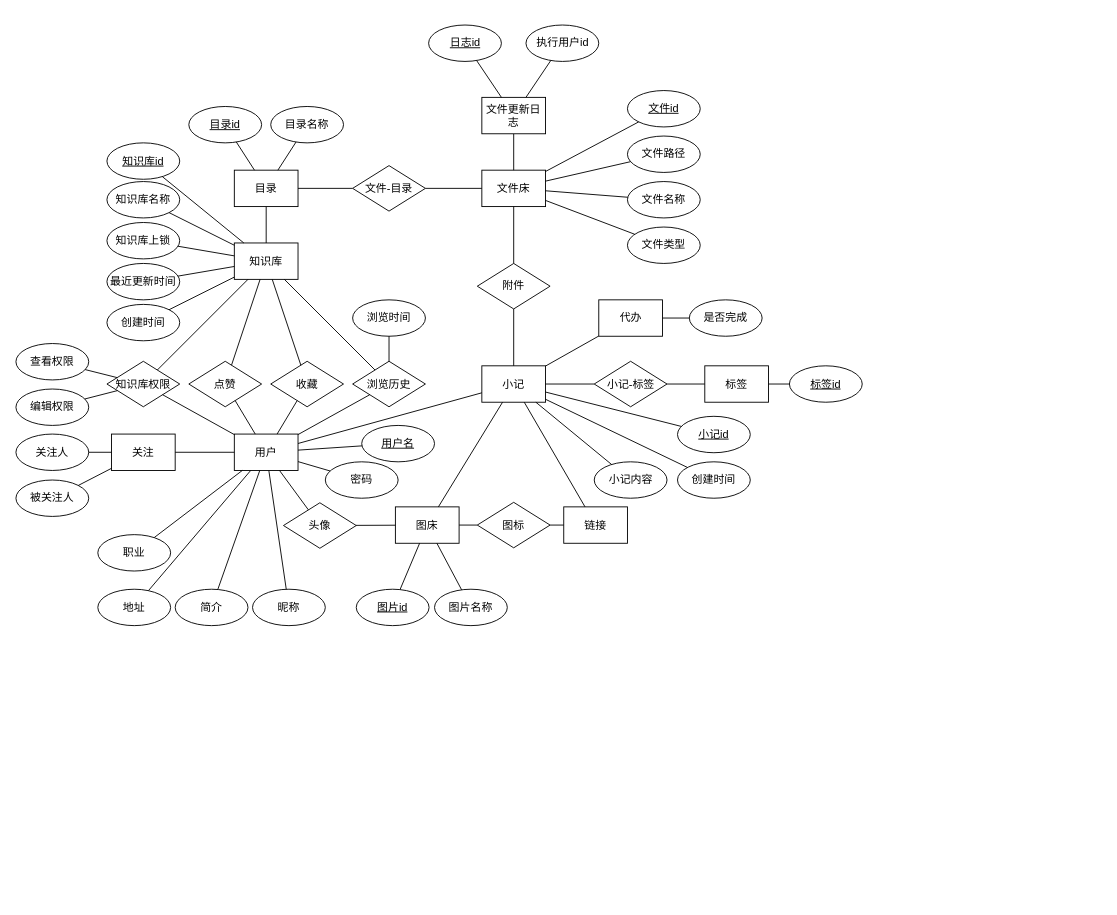
The draw.io diagram 需求规格说明书/数据字典/E-R图.drawio in avgstuBoboge/SRA2021-document, before the edit. Source tidied: cells renumbered, new cells numbered last; positions are measured from the earlier drawing's top-left corner, leaving out a move shared by most shapes. Both pictures are drawn from the tidied source at 91%, with x=0, y=0 at pixel (15, 25).
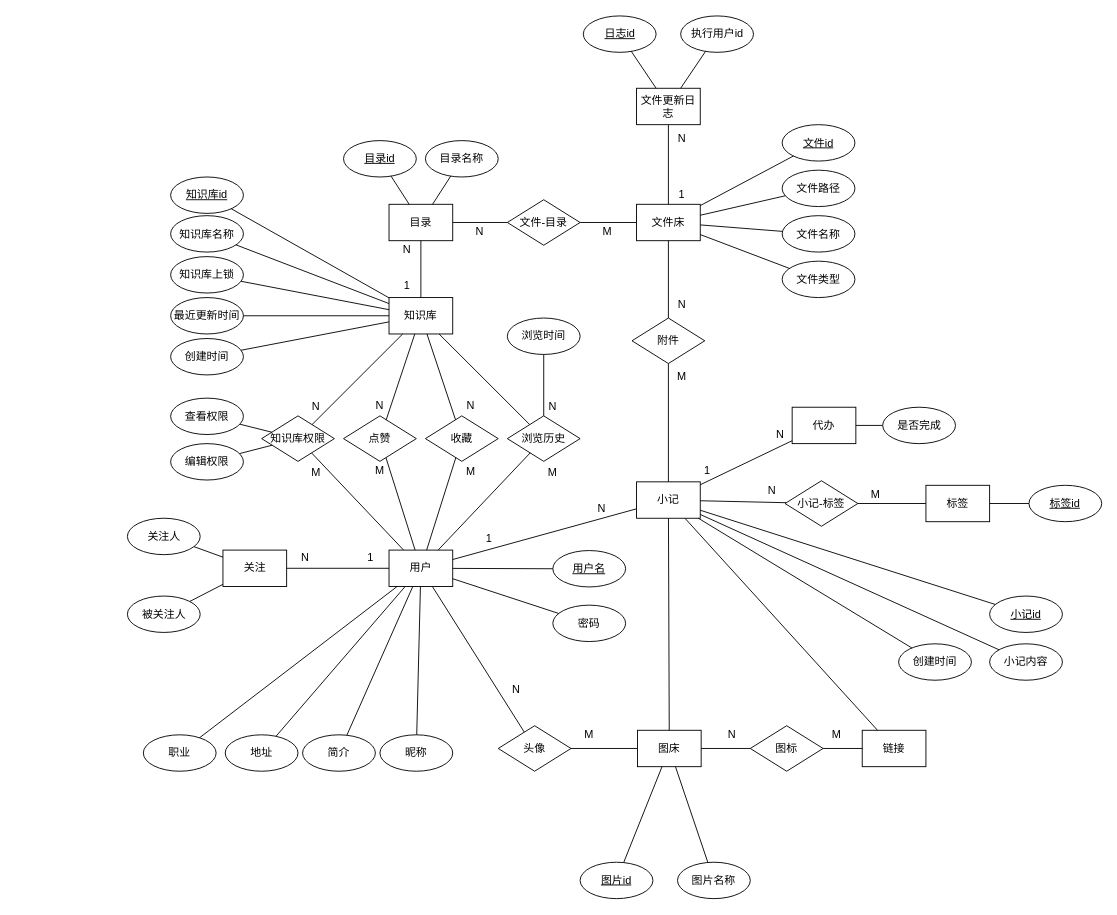
After the change.

Commit message (it also covers changes not shown here):
upd E-R图v1.1

The edit, as a diff of the source:
```diff
@@
     <mxCell id="2" value="文件床" style="rounded=0;whiteSpace=wrap;html=1;" parent="1" vertex="1">
-      <mxGeometry x="512" y="159.5" width="70" height="40" as="geometry" />
+      <mxGeometry x="682" y="197" width="70" height="40" as="geometry" />
     </mxCell>
     <mxCell id="3" value="目录" style="rounded=0;whiteSpace=wrap;html=1;" parent="1" vertex="1">
-      <mxGeometry x="240" y="159.5" width="70" height="40" as="geometry" />
+      <mxGeometry x="410" y="197" width="70" height="40" as="geometry" />
     </mxCell>
     <mxCell id="4" value="知识库" style="rounded=0;whiteSpace=wrap;html=1;" parent="1" vertex="1">
-      <mxGeometry x="240" y="239.5" width="70" height="40" as="geometry" />
+      <mxGeometry x="410" y="299.5" width="70" height="40" as="geometry" />
     </mxCell>
@@
     <mxCell id="7" value="文件-目录" style="rhombus;whiteSpace=wrap;html=1;" parent="1" vertex="1">
-      <mxGeometry x="370" y="154.5" width="80" height="50" as="geometry" />
+      <mxGeometry x="540" y="192" width="80" height="50" as="geometry" />
     </mxCell>
@@
     <mxCell id="10" value="文件更新日志" style="rounded=0;whiteSpace=wrap;html=1;" parent="1" vertex="1">
-      <mxGeometry x="512" y="79.5" width="70" height="40" as="geometry" />
+      <mxGeometry x="682" y="69.5" width="70" height="40" as="geometry" />
     </mxCell>
     <mxCell id="11" value="用户" style="rounded=0;whiteSpace=wrap;html=1;" parent="1" vertex="1">
-      <mxGeometry x="240" y="449.5" width="70" height="40" as="geometry" />
+      <mxGeometry x="410" y="577" width="70" height="40" as="geometry" />
     </mxCell>
     <mxCell id="12" value="知识库权限" style="rhombus;whiteSpace=wrap;html=1;" parent="1" vertex="1">
-      <mxGeometry x="100" y="369.5" width="80" height="50" as="geometry" />
+      <mxGeometry x="270" y="429.5" width="80" height="50" as="geometry" />
     </mxCell>
@@
     <mxCell id="15" value="关注" style="rounded=0;whiteSpace=wrap;html=1;" parent="1" vertex="1">
-      <mxGeometry x="105" y="449.5" width="70" height="40" as="geometry" />
+      <mxGeometry x="227.5" y="577" width="70" height="40" as="geometry" />
     </mxCell>
@@
     <mxCell id="17" value="点赞" style="rhombus;whiteSpace=wrap;html=1;" parent="1" vertex="1">
-      <mxGeometry x="190" y="369.5" width="80" height="50" as="geometry" />
+      <mxGeometry x="360" y="429.5" width="80" height="50" as="geometry" />
     </mxCell>
     <mxCell id="18" value="收藏" style="rhombus;whiteSpace=wrap;html=1;" parent="1" vertex="1">
-      <mxGeometry x="280" y="369.5" width="80" height="50" as="geometry" />
+      <mxGeometry x="450" y="429.5" width="80" height="50" as="geometry" />
     </mxCell>
     <mxCell id="19" value="浏览历史" style="rhombus;whiteSpace=wrap;html=1;" parent="1" vertex="1">
-      <mxGeometry x="370" y="369.5" width="80" height="50" as="geometry" />
+      <mxGeometry x="540" y="429.5" width="80" height="50" as="geometry" />
     </mxCell>
@@
     <mxCell id="26" value="小记" style="rounded=0;whiteSpace=wrap;html=1;" parent="1" vertex="1">
-      <mxGeometry x="512" y="374.5" width="70" height="40" as="geometry" />
+      <mxGeometry x="682" y="502" width="70" height="40" as="geometry" />
     </mxCell>
     <mxCell id="27" value="图床" style="rounded=0;whiteSpace=wrap;html=1;" parent="1" vertex="1">
-      <mxGeometry x="417" y="529.5" width="70" height="40" as="geometry" />
+      <mxGeometry x="683" y="775" width="70" height="40" as="geometry" />
     </mxCell>
     <mxCell id="28" value="代办" style="rounded=0;whiteSpace=wrap;html=1;" parent="1" vertex="1">
-      <mxGeometry x="640.5" y="302" width="70" height="40" as="geometry" />
+      <mxGeometry x="853" y="420" width="70" height="40" as="geometry" />
     </mxCell>
     <mxCell id="29" value="链接" style="rounded=0;whiteSpace=wrap;html=1;" parent="1" vertex="1">
-      <mxGeometry x="602" y="529.5" width="70" height="40" as="geometry" />
+      <mxGeometry x="930" y="775" width="70" height="40" as="geometry" />
     </mxCell>
     <mxCell id="30" value="标签" style="rounded=0;whiteSpace=wrap;html=1;" parent="1" vertex="1">
-      <mxGeometry x="757" y="374.5" width="70" height="40" as="geometry" />
+      <mxGeometry x="1000" y="505.8" width="70" height="40" as="geometry" />
     </mxCell>
     <mxCell id="31" value="附件" style="rhombus;whiteSpace=wrap;html=1;" parent="1" vertex="1">
-      <mxGeometry x="507" y="262" width="80" height="50" as="geometry" />
+      <mxGeometry x="677" y="322" width="80" height="50" as="geometry" />
     </mxCell>
@@
     <mxCell id="34" value="图标" style="rhombus;whiteSpace=wrap;html=1;" parent="1" vertex="1">
-      <mxGeometry x="507" y="524.5" width="80" height="50" as="geometry" />
+      <mxGeometry x="807" y="770" width="80" height="50" as="geometry" />
     </mxCell>
@@
     <mxCell id="38" value="小记-标签" style="rhombus;whiteSpace=wrap;html=1;" parent="1" vertex="1">
-      <mxGeometry x="635.5" y="369.5" width="80" height="50" as="geometry" />
+      <mxGeometry x="845.2" y="500.8" width="80" height="50" as="geometry" />
     </mxCell>
@@
     <mxCell id="43" value="知识库名称" style="ellipse;whiteSpace=wrap;html=1;" parent="1" vertex="1">
-      <mxGeometry x="100" y="172" width="80" height="40" as="geometry" />
+      <mxGeometry x="170" y="209.5" width="80" height="40" as="geometry" />
     </mxCell>
@@
     <mxCell id="45" value="知识库上锁" style="ellipse;whiteSpace=wrap;html=1;" parent="1" vertex="1">
-      <mxGeometry x="100" y="217" width="80" height="40" as="geometry" />
+      <mxGeometry x="170" y="254.5" width="80" height="40" as="geometry" />
     </mxCell>
@@
     <mxCell id="47" value="创建时间" style="ellipse;whiteSpace=wrap;html=1;" parent="1" vertex="1">
-      <mxGeometry x="100" y="307" width="80" height="40" as="geometry" />
+      <mxGeometry x="170" y="344.5" width="80" height="40" as="geometry" />
     </mxCell>
     <mxCell id="48" value="最近更新时间" style="ellipse;whiteSpace=wrap;html=1;" parent="1" vertex="1">
-      <mxGeometry x="100" y="262" width="80" height="40" as="geometry" />
+      <mxGeometry x="170" y="299.5" width="80" height="40" as="geometry" />
     </mxCell>
@@
     <mxCell id="51" value="目录名称" style="ellipse;whiteSpace=wrap;html=1;" parent="1" vertex="1">
-      <mxGeometry x="280" y="89.5" width="80" height="40" as="geometry" />
+      <mxGeometry x="450" y="127" width="80" height="40" as="geometry" />
     </mxCell>
@@
     <mxCell id="53" value="&lt;u&gt;知识库id&lt;/u&gt;" style="ellipse;whiteSpace=wrap;html=1;" parent="1" vertex="1">
-      <mxGeometry x="100" y="129.5" width="80" height="40" as="geometry" />
+      <mxGeometry x="170" y="167" width="80" height="40" as="geometry" />
     </mxCell>
@@
     <mxCell id="55" value="&lt;u&gt;目录id&lt;/u&gt;" style="ellipse;whiteSpace=wrap;html=1;" parent="1" vertex="1">
-      <mxGeometry x="190" y="89.5" width="80" height="40" as="geometry" />
+      <mxGeometry x="360" y="127" width="80" height="40" as="geometry" />
     </mxCell>
@@
     <mxCell id="57" value="&lt;u&gt;文件id&lt;/u&gt;" style="ellipse;whiteSpace=wrap;html=1;" parent="1" vertex="1">
-      <mxGeometry x="672" y="72" width="80" height="40" as="geometry" />
+      <mxGeometry x="842" y="109.5" width="80" height="40" as="geometry" />
     </mxCell>
     <mxCell id="58" value="文件名称" style="ellipse;whiteSpace=wrap;html=1;" parent="1" vertex="1">
-      <mxGeometry x="672" y="172" width="80" height="40" as="geometry" />
+      <mxGeometry x="842" y="209.5" width="80" height="40" as="geometry" />
     </mxCell>
     <mxCell id="59" value="文件路径" style="ellipse;whiteSpace=wrap;html=1;" parent="1" vertex="1">
-      <mxGeometry x="672" y="122" width="80" height="40" as="geometry" />
+      <mxGeometry x="842" y="159.5" width="80" height="40" as="geometry" />
     </mxCell>
     <mxCell id="60" value="文件类型" style="ellipse;whiteSpace=wrap;html=1;" parent="1" vertex="1">
-      <mxGeometry x="672" y="222" width="80" height="40" as="geometry" />
+      <mxGeometry x="842" y="259.5" width="80" height="40" as="geometry" />
     </mxCell>
@@
     <mxCell id="65" value="查看权限" style="ellipse;whiteSpace=wrap;html=1;" parent="1" vertex="1">
-      <mxGeometry y="350" width="80" height="40" as="geometry" />
+      <mxGeometry x="170" y="410" width="80" height="40" as="geometry" />
     </mxCell>
     <mxCell id="66" value="编辑权限" style="ellipse;whiteSpace=wrap;html=1;" parent="1" vertex="1">
-      <mxGeometry y="400" width="80" height="40" as="geometry" />
+      <mxGeometry x="170" y="460" width="80" height="40" as="geometry" />
     </mxCell>
@@
     <mxCell id="69" value="浏览时间" style="ellipse;whiteSpace=wrap;html=1;" parent="1" vertex="1">
-      <mxGeometry x="370" y="302" width="80" height="40" as="geometry" />
+      <mxGeometry x="540" y="322" width="80" height="40" as="geometry" />
     </mxCell>
@@
     <mxCell id="71" value="&lt;u&gt;用户名&lt;/u&gt;" style="ellipse;whiteSpace=wrap;html=1;" parent="1" vertex="1">
-      <mxGeometry x="380" y="440" width="80" height="40" as="geometry" />
+      <mxGeometry x="590" y="577.5" width="80" height="40" as="geometry" />
     </mxCell>
     <mxCell id="72" value="密码" style="ellipse;whiteSpace=wrap;html=1;" parent="1" vertex="1">
-      <mxGeometry x="340" y="480" width="80" height="40" as="geometry" />
+      <mxGeometry x="590" y="637.5" width="80" height="40" as="geometry" />
     </mxCell>
     <mxCell id="73" value="昵称" style="ellipse;whiteSpace=wrap;html=1;" parent="1" vertex="1">
-      <mxGeometry x="260" y="620" width="80" height="40" as="geometry" />
+      <mxGeometry x="400" y="780" width="80" height="40" as="geometry" />
     </mxCell>
     <mxCell id="74" value="简介" style="ellipse;whiteSpace=wrap;html=1;" parent="1" vertex="1">
-      <mxGeometry x="175" y="620" width="80" height="40" as="geometry" />
+      <mxGeometry x="315" y="780" width="80" height="40" as="geometry" />
     </mxCell>
     <mxCell id="75" value="地址" style="ellipse;whiteSpace=wrap;html=1;" parent="1" vertex="1">
-      <mxGeometry x="90" y="620" width="80" height="40" as="geometry" />
+      <mxGeometry x="230" y="780" width="80" height="40" as="geometry" />
     </mxCell>
     <mxCell id="76" value="职业" style="ellipse;whiteSpace=wrap;html=1;" parent="1" vertex="1">
-      <mxGeometry x="90" y="560" width="80" height="40" as="geometry" />
+      <mxGeometry x="140" y="780" width="80" height="40" as="geometry" />
     </mxCell>
@@
     <mxCell id="79" value="头像" style="rhombus;whiteSpace=wrap;html=1;" parent="1" vertex="1">
-      <mxGeometry x="294" y="525" width="80" height="50" as="geometry" />
+      <mxGeometry x="530" y="770" width="80" height="50" as="geometry" />
     </mxCell>
@@
     <mxCell id="86" value="关注人" style="ellipse;whiteSpace=wrap;html=1;" parent="1" vertex="1">
-      <mxGeometry y="449.5" width="80" height="40" as="geometry" />
+      <mxGeometry x="122.5" y="542" width="80" height="40" as="geometry" />
     </mxCell>
     <mxCell id="87" value="被关注人" style="ellipse;whiteSpace=wrap;html=1;" parent="1" vertex="1">
-      <mxGeometry y="500" width="80" height="40" as="geometry" />
+      <mxGeometry x="122.5" y="627.5" width="80" height="40" as="geometry" />
     </mxCell>
@@
     <mxCell id="91" value="是否完成" style="ellipse;whiteSpace=wrap;html=1;" parent="1" vertex="1">
-      <mxGeometry x="740" y="302" width="80" height="40" as="geometry" />
+      <mxGeometry x="952.5" y="420" width="80" height="40" as="geometry" />
     </mxCell>
@@
     <mxCell id="93" value="&lt;u&gt;日志id&lt;/u&gt;" style="ellipse;whiteSpace=wrap;html=1;" parent="1" vertex="1">
-      <mxGeometry x="453.5" width="80" height="40" as="geometry" />
+      <mxGeometry x="623.5" y="-10" width="80" height="40" as="geometry" />
     </mxCell>
     <mxCell id="94" value="执行用户id" style="ellipse;whiteSpace=wrap;html=1;" parent="1" vertex="1">
-      <mxGeometry x="560.5" width="80" height="40" as="geometry" />
+      <mxGeometry x="730.5" y="-10" width="80" height="40" as="geometry" />
     </mxCell>
@@
     <mxCell id="97" value="&lt;u&gt;标签id&lt;/u&gt;" style="ellipse;whiteSpace=wrap;html=1;" parent="1" vertex="1">
-      <mxGeometry x="850" y="374.5" width="80" height="40" as="geometry" />
+      <mxGeometry x="1113.2" y="505.8" width="80" height="40" as="geometry" />
     </mxCell>
@@
     <mxCell id="99" value="&lt;u&gt;图片id&lt;/u&gt;" style="ellipse;whiteSpace=wrap;html=1;" parent="1" vertex="1">
-      <mxGeometry x="374" y="620" width="80" height="40" as="geometry" />
+      <mxGeometry x="620" y="920" width="80" height="40" as="geometry" />
     </mxCell>
     <mxCell id="100" value="图片名称" style="ellipse;whiteSpace=wrap;html=1;" parent="1" vertex="1">
-      <mxGeometry x="460" y="620" width="80" height="40" as="geometry" />
+      <mxGeometry x="727" y="920" width="80" height="40" as="geometry" />
     </mxCell>
@@
     <mxCell id="103" value="小记内容" style="ellipse;whiteSpace=wrap;html=1;" parent="1" vertex="1">
-      <mxGeometry x="635.5" y="480" width="80" height="40" as="geometry" />
+      <mxGeometry x="1070" y="680" width="80" height="40" as="geometry" />
     </mxCell>
     <mxCell id="104" value="&lt;u&gt;小记id&lt;/u&gt;" style="ellipse;whiteSpace=wrap;html=1;" parent="1" vertex="1">
-      <mxGeometry x="727" y="430" width="80" height="40" as="geometry" />
+      <mxGeometry x="1070" y="627.5" width="80" height="40" as="geometry" />
     </mxCell>
     <mxCell id="105" value="创建时间" style="ellipse;whiteSpace=wrap;html=1;" parent="1" vertex="1">
-      <mxGeometry x="727" y="480" width="80" height="40" as="geometry" />
+      <mxGeometry x="970" y="680" width="80" height="40" as="geometry" />
     </mxCell>
@@
+    <mxCell id="109" value="N" style="text;html=1;strokeColor=none;fillColor=none;align=center;verticalAlign=middle;whiteSpace=wrap;rounded=0;" parent="1" vertex="1">
+      <mxGeometry x="490" y="217" width="40" height="20" as="geometry" />
+    </mxCell>
+    <mxCell id="110" value="N" style="text;html=1;strokeColor=none;fillColor=none;align=center;verticalAlign=middle;whiteSpace=wrap;rounded=0;" parent="1" vertex="1">
+      <mxGeometry x="712" y="114.5" width="40" height="20" as="geometry" />
+    </mxCell>
+    <mxCell id="111" value="1" style="text;html=1;strokeColor=none;fillColor=none;align=center;verticalAlign=middle;whiteSpace=wrap;rounded=0;" parent="1" vertex="1">
+      <mxGeometry x="712" y="177" width="40" height="20" as="geometry" />
+    </mxCell>
+    <mxCell id="112" value="N" style="text;html=1;strokeColor=none;fillColor=none;align=center;verticalAlign=middle;whiteSpace=wrap;rounded=0;" parent="1" vertex="1">
+      <mxGeometry x="712" y="297" width="40" height="20" as="geometry" />
+    </mxCell>
+    <mxCell id="113" value="M" style="text;html=1;strokeColor=none;fillColor=none;align=center;verticalAlign=middle;whiteSpace=wrap;rounded=0;" parent="1" vertex="1">
+      <mxGeometry x="712" y="377" width="40" height="20" as="geometry" />
+    </mxCell>
+    <mxCell id="114" value="1" style="text;html=1;strokeColor=none;fillColor=none;align=center;verticalAlign=middle;whiteSpace=wrap;rounded=0;" parent="1" vertex="1">
+      <mxGeometry x="410" y="277" width="40" height="20" as="geometry" />
+    </mxCell>
+    <mxCell id="115" value="N" style="text;html=1;strokeColor=none;fillColor=none;align=center;verticalAlign=middle;whiteSpace=wrap;rounded=0;" parent="1" vertex="1">
+      <mxGeometry x="410" y="237" width="40" height="20" as="geometry" />
+    </mxCell>
+    <mxCell id="116" value="M" style="text;html=1;strokeColor=none;fillColor=none;align=center;verticalAlign=middle;whiteSpace=wrap;rounded=0;" parent="1" vertex="1">
+      <mxGeometry x="310" y="482" width="40" height="20" as="geometry" />
+    </mxCell>
+    <mxCell id="117" value="N" style="text;html=1;strokeColor=none;fillColor=none;align=center;verticalAlign=middle;whiteSpace=wrap;rounded=0;" parent="1" vertex="1">
+      <mxGeometry x="310" y="409.5" width="40" height="20" as="geometry" />
+    </mxCell>
+    <mxCell id="118" value="M" style="text;html=1;strokeColor=none;fillColor=none;align=center;verticalAlign=middle;whiteSpace=wrap;rounded=0;" parent="1" vertex="1">
+      <mxGeometry x="380" y="480" width="40" height="20" as="geometry" />
+    </mxCell>
+    <mxCell id="119" value="N" style="text;html=1;strokeColor=none;fillColor=none;align=center;verticalAlign=middle;whiteSpace=wrap;rounded=0;" parent="1" vertex="1">
+      <mxGeometry x="380" y="407.5" width="40" height="20" as="geometry" />
+    </mxCell>
+    <mxCell id="120" value="M" style="text;html=1;strokeColor=none;fillColor=none;align=center;verticalAlign=middle;whiteSpace=wrap;rounded=0;" parent="1" vertex="1">
+      <mxGeometry x="480" y="480.8" width="40" height="20" as="geometry" />
+    </mxCell>
+    <mxCell id="121" value="N" style="text;html=1;strokeColor=none;fillColor=none;align=center;verticalAlign=middle;whiteSpace=wrap;rounded=0;" parent="1" vertex="1">
+      <mxGeometry x="480" y="408.2" width="40" height="20" as="geometry" />
+    </mxCell>
+    <mxCell id="122" value="M" style="text;html=1;strokeColor=none;fillColor=none;align=center;verticalAlign=middle;whiteSpace=wrap;rounded=0;" parent="1" vertex="1">
+      <mxGeometry x="570" y="482" width="40" height="20" as="geometry" />
+    </mxCell>
+    <mxCell id="123" value="N" style="text;html=1;strokeColor=none;fillColor=none;align=center;verticalAlign=middle;whiteSpace=wrap;rounded=0;" parent="1" vertex="1">
+      <mxGeometry x="570" y="409.5" width="40" height="20" as="geometry" />
+    </mxCell>
+    <mxCell id="124" value="1" style="text;html=1;strokeColor=none;fillColor=none;align=center;verticalAlign=middle;whiteSpace=wrap;rounded=0;" parent="1" vertex="1">
+      <mxGeometry x="370" y="575" width="40" height="20" as="geometry" />
+    </mxCell>
+    <mxCell id="125" value="N" style="text;html=1;strokeColor=none;fillColor=none;align=center;verticalAlign=middle;whiteSpace=wrap;rounded=0;" parent="1" vertex="1">
+      <mxGeometry x="297.5" y="575" width="40" height="20" as="geometry" />
+    </mxCell>
+    <mxCell id="126" value="1" style="text;html=1;strokeColor=none;fillColor=none;align=center;verticalAlign=middle;whiteSpace=wrap;rounded=0;" parent="1" vertex="1">
+      <mxGeometry x="500" y="555" width="40" height="20" as="geometry" />
+    </mxCell>
+    <mxCell id="127" value="N" style="text;html=1;strokeColor=none;fillColor=none;align=center;verticalAlign=middle;whiteSpace=wrap;rounded=0;" parent="1" vertex="1">
+      <mxGeometry x="624" y="522" width="40" height="20" as="geometry" />
+    </mxCell>
+    <mxCell id="128" value="N" style="text;html=1;strokeColor=none;fillColor=none;align=center;verticalAlign=middle;whiteSpace=wrap;rounded=0;" parent="1" vertex="1">
+      <mxGeometry x="820" y="440" width="40" height="20" as="geometry" />
+    </mxCell>
+    <mxCell id="129" value="1" style="text;html=1;strokeColor=none;fillColor=none;align=center;verticalAlign=middle;whiteSpace=wrap;rounded=0;" parent="1" vertex="1">
+      <mxGeometry x="740" y="479.5" width="40" height="20" as="geometry" />
+    </mxCell>
+    <mxCell id="130" value="M" style="text;html=1;strokeColor=none;fillColor=none;align=center;verticalAlign=middle;whiteSpace=wrap;rounded=0;" parent="1" vertex="1">
+      <mxGeometry x="630" y="217" width="40" height="20" as="geometry" />
+    </mxCell>
+    <mxCell id="131" value="N" style="text;html=1;strokeColor=none;fillColor=none;align=center;verticalAlign=middle;whiteSpace=wrap;rounded=0;" parent="1" vertex="1">
+      <mxGeometry x="530" y="720" width="40" height="20" as="geometry" />
+    </mxCell>
+    <mxCell id="132" value="M" style="text;html=1;strokeColor=none;fillColor=none;align=center;verticalAlign=middle;whiteSpace=wrap;rounded=0;" parent="1" vertex="1">
+      <mxGeometry x="610" y="770" width="40" height="20" as="geometry" />
+    </mxCell>
+    <mxCell id="133" value="N" style="text;html=1;strokeColor=none;fillColor=none;align=center;verticalAlign=middle;whiteSpace=wrap;rounded=0;" parent="1" vertex="1">
+      <mxGeometry x="767" y="770" width="40" height="20" as="geometry" />
+    </mxCell>
+    <mxCell id="134" value="M" style="text;html=1;strokeColor=none;fillColor=none;align=center;verticalAlign=middle;whiteSpace=wrap;rounded=0;" parent="1" vertex="1">
+      <mxGeometry x="882" y="770" width="40" height="20" as="geometry" />
+    </mxCell>
+    <mxCell id="135" value="N" style="text;html=1;strokeColor=none;fillColor=none;align=center;verticalAlign=middle;whiteSpace=wrap;rounded=0;" parent="1" vertex="1">
+      <mxGeometry x="810.5" y="502" width="40" height="20" as="geometry" />
+    </mxCell>
+    <mxCell id="136" value="M" style="text;html=1;strokeColor=none;fillColor=none;align=center;verticalAlign=middle;whiteSpace=wrap;rounded=0;" parent="1" vertex="1">
+      <mxGeometry x="925.2" y="505.8" width="40" height="20" as="geometry" />
+    </mxCell>
```
